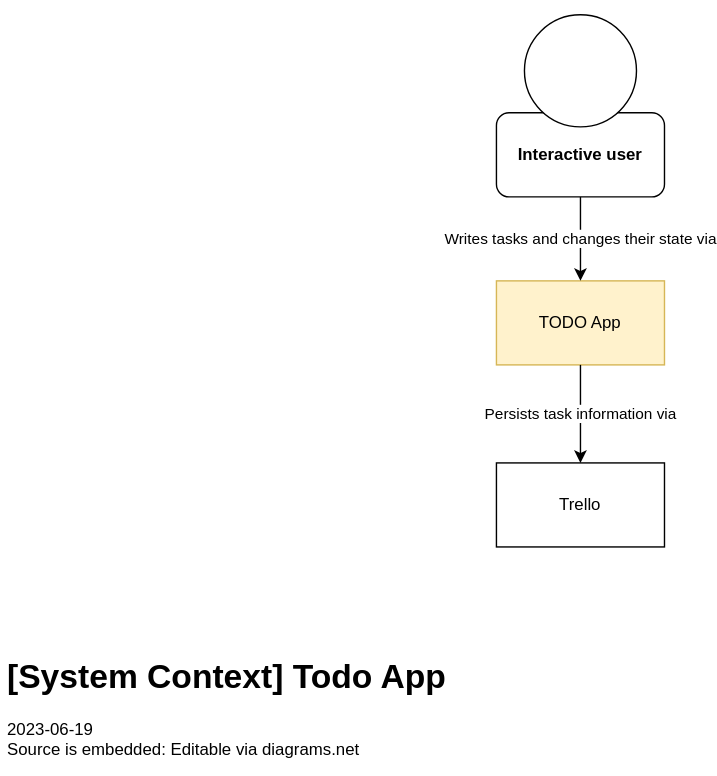
Earlier version of the draw.io export architecture/c4-0.svg (sweavo/devops-course-starter). Source tidied: cells renumbered, new cells last; positions are measured from the earlier drawing's top-left corner, leaving out a move shared by most shapes.
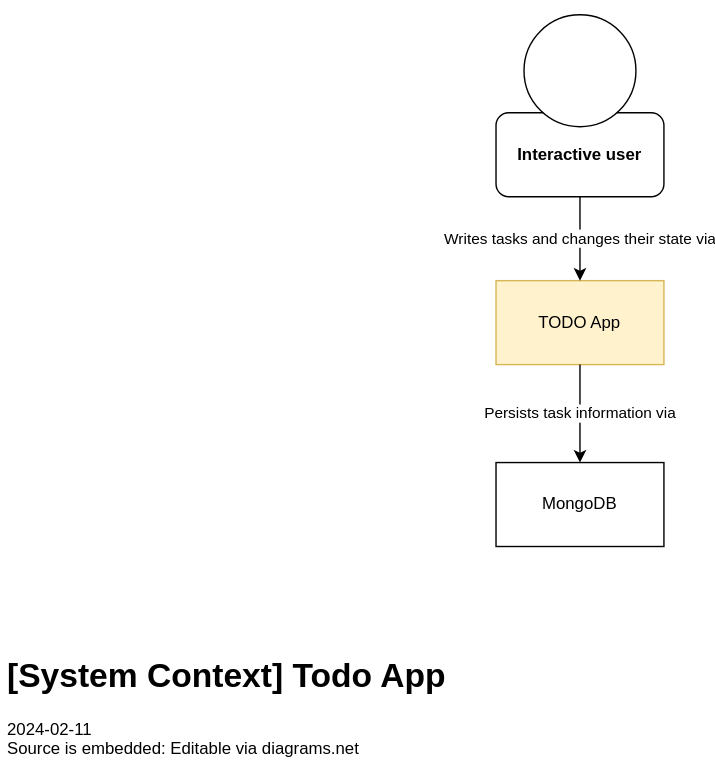
The same file after the commit.

Commit message:
revise architecture without trello

Change to the diagram source:
```diff
@@ -2,7 +2,7 @@
   <root>
     <mxCell id="0" />
     <mxCell id="1" parent="0" />
-    <mxCell id="2" value="&lt;h1&gt;[System Context] Todo App&lt;/h1&gt;&lt;div&gt;2023-06-19&lt;/div&gt;&lt;div&gt;Source is embedded: Editable via diagrams.net&lt;/div&gt;" style="text;html=1;strokeColor=none;fillColor=none;spacing=5;spacingTop=-20;whiteSpace=wrap;overflow=hidden;rounded=0;" parent="1" vertex="1">
+    <mxCell id="2" value="&lt;h1&gt;[System Context] Todo App&lt;/h1&gt;&lt;div&gt;2024-02-11&lt;/div&gt;&lt;div&gt;Source is embedded: Editable via diagrams.net&lt;/div&gt;" style="text;html=1;strokeColor=none;fillColor=none;spacing=5;spacingTop=-20;whiteSpace=wrap;overflow=hidden;rounded=0;" parent="1" vertex="1">
       <mxGeometry y="463" width="410" height="90" as="geometry" />
     </mxCell>
     <mxCell id="3" value="TODO App" style="rounded=0;whiteSpace=wrap;html=1;fillColor=#fff2cc;strokeColor=#d6b656;" parent="1" vertex="1">
@@ -11,7 +11,7 @@
     <mxCell id="4" value="Writes tasks and changes their state via" style="edgeStyle=orthogonalEdgeStyle;rounded=0;jettySize=auto;html=1;" parent="1" edge="1" source="8" target="3">
       <mxGeometry relative="1" as="geometry" />
     </mxCell>
-    <mxCell id="5" value="Trello" style="rounded=0;whiteSpace=wrap;html=1;" parent="1" vertex="1">
+    <mxCell id="5" value="MongoDB" style="rounded=0;whiteSpace=wrap;html=1;" parent="1" vertex="1">
       <mxGeometry x="354" y="330" width="120" height="60" as="geometry" />
     </mxCell>
     <mxCell id="6" value="Persists task information via" style="edgeStyle=orthogonalEdgeStyle;rounded=0;jettySize=auto;html=1;" parent="1" edge="1" source="3" target="5">
```
